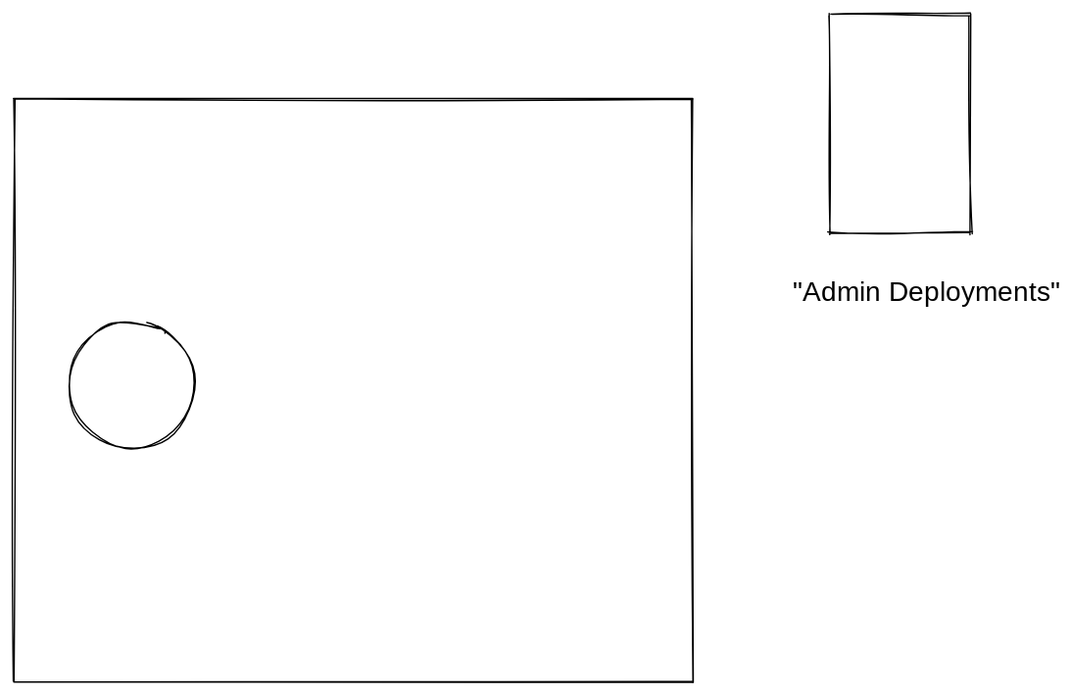
This is Drawings/environments.excalidraw.svg from hypertheory-services/bsd-teacher-notes-oct-2022, a Excalidraw export, as it was before one commit. Source tidied: one line per element, renumbered; positions are measured from the earlier drawing's top-left corner, leaving out a move shared by most shapes. The source it was exported from:
```json
{"id": 0, "type": "rectangle", "strokeColor": "#000000", "strokeWidth": 1, "roughness": 1, "x": 0, "y": 62, "width": 495, "height": 425}
{"id": 1, "type": "ellipse", "strokeColor": "#000000", "strokeWidth": 1, "roughness": 1, "x": 40, "y": 224, "width": 92, "height": 93}
{"id": 2, "type": "rectangle", "strokeColor": "#000000", "strokeWidth": 1, "roughness": 1, "x": 595, "y": 0, "width": 103, "height": 160}
{"id": 3, "type": "text", "text": "\"Admin Deployments\"", "strokeColor": "#000000", "strokeWidth": 1, "roughness": 1, "fontSize": 20, "fontFamily": 1, "x": 568, "y": 191, "width": 193, "height": 25}
```
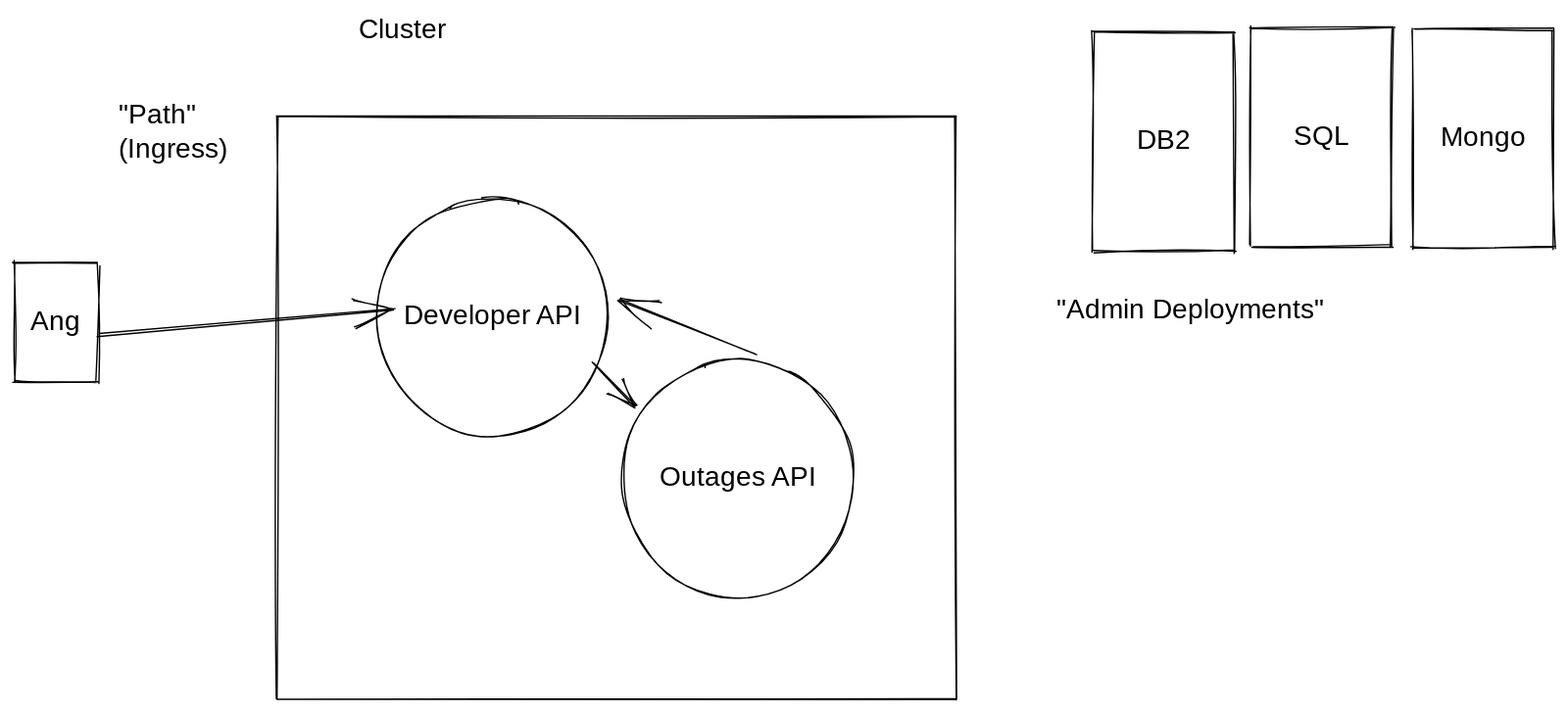
The same file after the commit.

Change to the diagram source:
```diff
@@ -1,4 +1,19 @@
 {"id": 0, "type": "rectangle", "strokeColor": "#000000", "strokeWidth": 1, "roughness": 1, "x": 0, "y": 62, "width": 495, "height": 425}
-{"id": 1, "type": "ellipse", "strokeColor": "#000000", "strokeWidth": 1, "roughness": 1, "x": 40, "y": 224, "width": 92, "height": 93}
+{"id": 4, "type": "rectangle", "strokeColor": "#000000", "strokeWidth": 1, "roughness": 1, "x": 595, "y": 0, "width": 103, "height": 160}
+{"id": 3, "type": "text", "text": "\"Admin Deployments\"", "strokeColor": "#000000", "strokeWidth": 1, "roughness": 1, "fontSize": 20, "fontFamily": 1, "x": 568, "y": 191, "width": 193, "height": 25}
+{"id": 5, "type": "text", "text": "Cluster", "strokeColor": "#000000", "strokeWidth": 1, "roughness": 1, "fontSize": 20, "fontFamily": 1, "x": 60, "y": -13, "width": 73, "height": 25}
+{"id": 6, "type": "ellipse", "strokeColor": "#000000", "strokeWidth": 1, "roughness": 1, "x": 74, "y": 121, "width": 168, "height": 174}
+{"id": 7, "type": "text", "text": "Developer API", "strokeColor": "#000000", "strokeWidth": 1, "roughness": 1, "fontSize": 20, "fontFamily": 1, "textAlign": "center", "verticalAlign": "middle", "inside": 6, "x": 86, "y": 196, "width": 143, "height": 25}
+{"id": 8, "type": "ellipse", "strokeColor": "#000000", "strokeWidth": 1, "roughness": 1, "x": 252, "y": 239, "width": 168, "height": 174}
+{"id": 9, "type": "text", "text": "Outages API", "strokeColor": "#000000", "strokeWidth": 1, "roughness": 1, "fontSize": 20, "fontFamily": 1, "textAlign": "center", "verticalAlign": "middle", "inside": 8, "x": 270, "y": 314, "width": 132, "height": 25}
+{"id": 10, "type": "text", "text": "DB2", "strokeColor": "#000000", "strokeWidth": 1, "roughness": 1, "fontSize": 20, "fontFamily": 1, "textAlign": "center", "verticalAlign": "middle", "inside": 4, "x": 624, "y": 68, "width": 46, "height": 25}
+{"id": 11, "type": "rectangle", "strokeColor": "#000000", "strokeWidth": 1, "roughness": 1, "x": 710, "y": -3, "width": 103, "height": 160}
+{"id": 12, "type": "text", "text": "SQL", "strokeColor": "#000000", "strokeWidth": 1, "roughness": 1, "fontSize": 20, "fontFamily": 1, "textAlign": "center", "verticalAlign": "middle", "inside": 11, "x": 742, "y": 64, "width": 40, "height": 25}
-{"id": 2, "type": "rectangle", "strokeColor": "#000000", "strokeWidth": 1, "roughness": 1, "x": 595, "y": 0, "width": 103, "height": 160}
+{"id": 2, "type": "rectangle", "strokeColor": "#000000", "strokeWidth": 1, "roughness": 1, "x": 828, "y": -2, "width": 103, "height": 160}
-{"id": 3, "type": "text", "text": "\"Admin Deployments\"", "strokeColor": "#000000", "strokeWidth": 1, "roughness": 1, "fontSize": 20, "fontFamily": 1, "x": 568, "y": 191, "width": 193, "height": 25}
+{"id": 13, "type": "text", "text": "Mongo", "strokeColor": "#000000", "strokeWidth": 1, "roughness": 1, "fontSize": 20, "fontFamily": 1, "textAlign": "center", "verticalAlign": "middle", "inside": 2, "x": 850, "y": 66, "width": 59, "height": 25}
+{"id": 14, "type": "rectangle", "strokeColor": "#000000", "strokeWidth": 1, "roughness": 1, "x": -192, "y": 169, "width": 61, "height": 87}
+{"id": 15, "type": "text", "text": "Ang", "strokeColor": "#000000", "strokeWidth": 1, "roughness": 1, "fontSize": 20, "fontFamily": 1, "textAlign": "center", "verticalAlign": "middle", "inside": 14, "x": -178, "y": 200, "width": 34, "height": 25}
+{"id": 16, "type": "arrow", "strokeColor": "#000000", "strokeWidth": 1, "roughness": 1, "endArrowhead": "arrow", "from": 14, "x": -130, "y": 221, "width": 216, "height": 18, "points": [[0, 0], [216, -18]]}
+{"id": 17, "type": "arrow", "strokeColor": "#000000", "strokeWidth": 1, "roughness": 1, "endArrowhead": "arrow", "to": 8, "x": 230, "y": 241, "width": 31, "height": 33, "points": [[0, 0], [31, 33]]}
+{"id": 18, "type": "arrow", "strokeColor": "#000000", "strokeWidth": 1, "roughness": 1, "endArrowhead": "arrow", "from": 8, "to": 6, "x": 350, "y": 235, "width": 100, "height": 39, "points": [[0, 0], [-100, -39]]}
+{"id": 19, "type": "text", "text": "\"Path\"\n(Ingress)", "strokeColor": "#000000", "strokeWidth": 1, "roughness": 1, "fontSize": 20, "fontFamily": 1, "x": -116, "y": 49, "width": 89, "height": 50}
```
